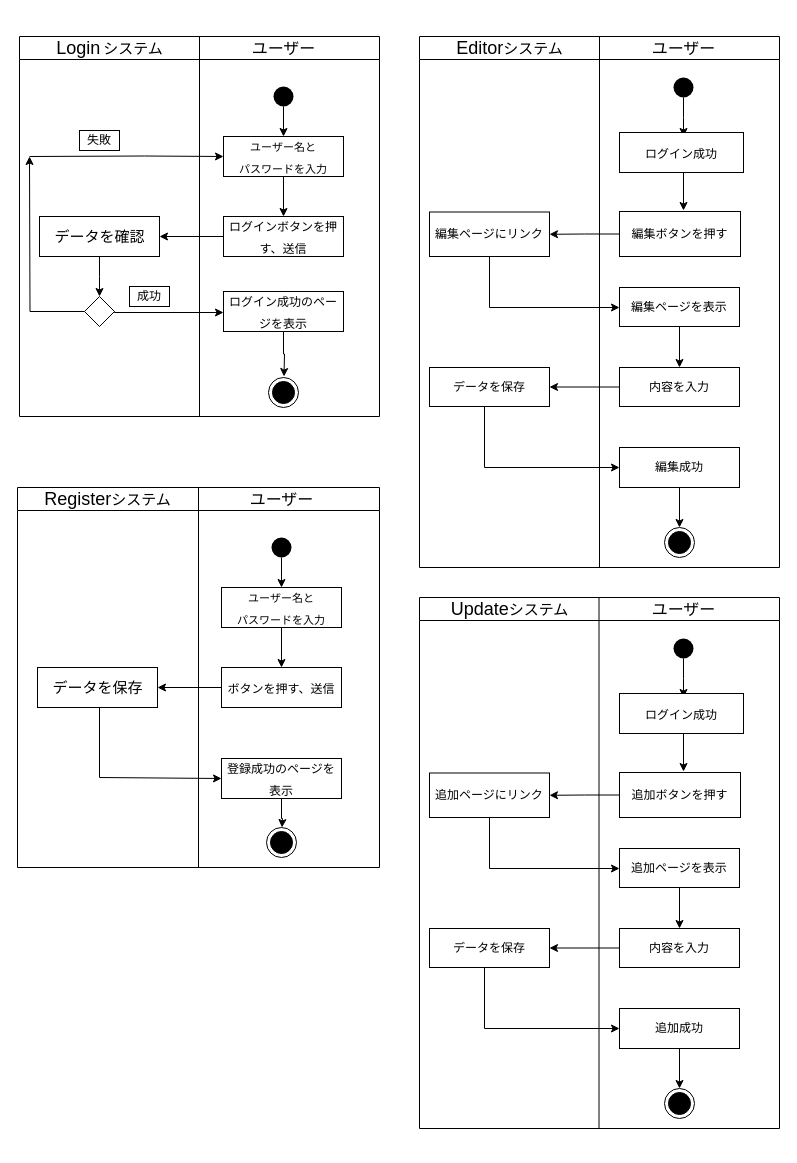
Above: activity.drawio in rijiuqiu/NoteBook (draw.io), before the change. Source tidied: cells renumbered, new cells numbered last; positions are measured from the earlier drawing's top-left corner, leaving out a move shared by most shapes. Both pictures are drawn from the tidied source at 100%, with x=0, y=0 at pixel (17, 31).
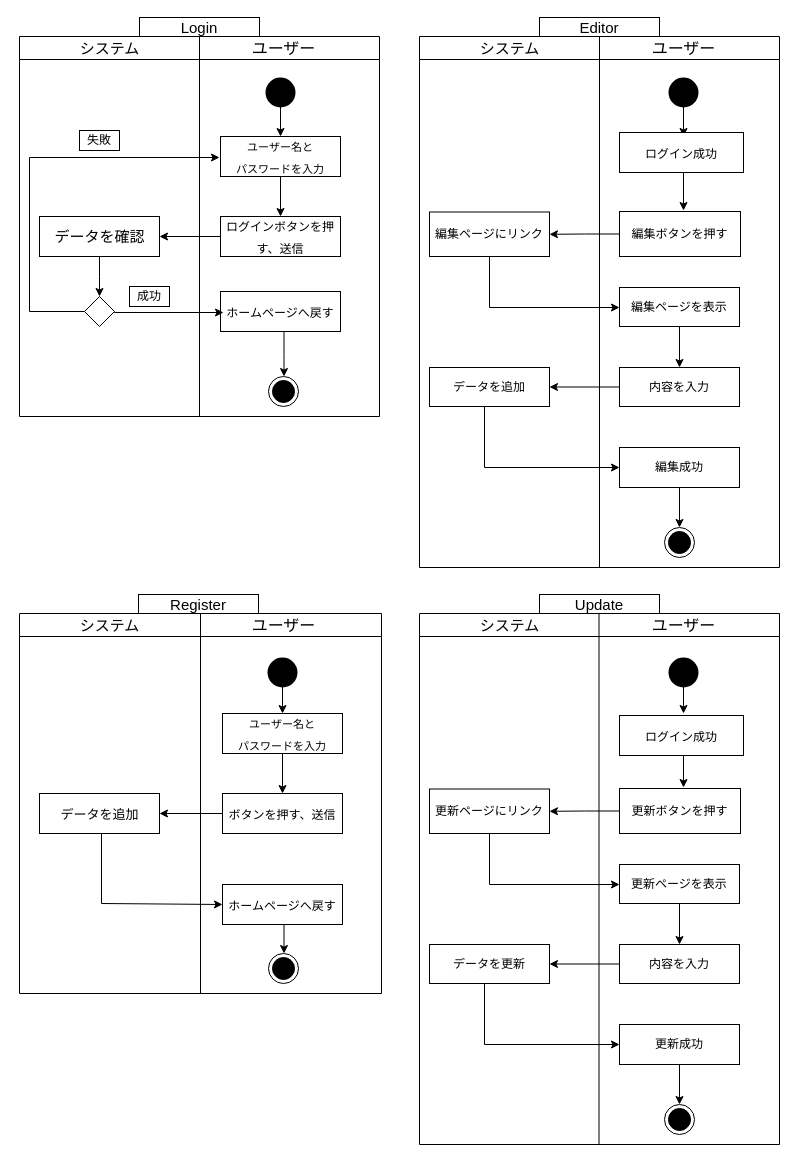
The same diagram, later.

The change refers to these unchanged cells:
```xml
<mxCell id="2" style="swimlane;fontFamily=Helvetica;fontSize=21;startSize=23;fontStyle=0;" parent="1" vertex="1">
  <mxGeometry x="2" y="5" width="360" height="380" as="geometry" />
</mxCell>
<mxCell id="17" style="rhombus;fontFamily=Helvetica;fontSize=17;" parent="2" vertex="1">
  <mxGeometry x="65" y="260" width="30" height="30" as="geometry" />
</mxCell>
<mxCell id="38" style="swimlane;fontFamily=Helvetica;fontSize=21;startSize=23;fontStyle=0;" parent="1" vertex="1">
  <mxGeometry x="402" y="5" width="360" height="531" as="geometry" />
</mxCell>
```

Change to the diagram source:
```diff
@@
-    <mxCell id="3" value="&lt;font style=&quot;font-size: 18px;&quot;&gt;Login&lt;/font&gt;&lt;font&gt;&lt;span style=&quot;font-size: 11px;&quot;&gt;&amp;nbsp;&lt;/span&gt;&lt;font style=&quot;font-size: 15px;&quot;&gt;システム&lt;/font&gt;&lt;/font&gt;" style="text;html=1;align=center;verticalAlign=middle;strokeColor=none;fillColor=none;fontSize=21;fontFamily=Helvetica;" parent="2" vertex="1">
-      <mxGeometry x="30" y="-5" width="120" height="30" as="geometry" />
+    <mxCell id="3" value="&lt;font&gt;&lt;font style=&quot;font-size: 15px;&quot;&gt;システム&lt;/font&gt;&lt;/font&gt;" style="text;html=1;align=center;verticalAlign=middle;strokeColor=none;fillColor=none;fontSize=21;fontFamily=Helvetica;" parent="2" vertex="1">
+      <mxGeometry x="50" y="-5" width="80" height="30" as="geometry" />
     </mxCell>
@@
     <mxCell id="5" value="&lt;font style=&quot;font-size: 11px;&quot;&gt;ユーザー名と&lt;br&gt;パスワードを入力&lt;/font&gt;" style="rounded=0;whiteSpace=wrap;html=1;fontFamily=Helvetica;fontSize=18;" parent="2" vertex="1">
-      <mxGeometry x="204" y="100" width="120" height="40" as="geometry" />
+      <mxGeometry x="201" y="100" width="120" height="40" as="geometry" />
     </mxCell>
-    <mxCell id="6" style="edgeStyle=orthogonalEdgeStyle;rounded=0;jettySize=auto;html=1;fontFamily=Helvetica;fontSize=18;entryX=0.5;entryY=0;entryDx=0;entryDy=0;" parent="2" edge="1" source="7" target="5">
-      <mxGeometry relative="1" as="geometry" />
+    <mxCell id="6" style="edgeStyle=orthogonalEdgeStyle;rounded=0;jettySize=auto;html=1;fontFamily=Helvetica;fontSize=18;entryX=0.5;entryY=0;entryDx=0;entryDy=0;" parent="2" edge="1" target="5">
+      <mxGeometry relative="1" as="geometry">
+        <mxPoint x="264" y="70" as="sourcePoint" />
+      </mxGeometry>
     </mxCell>
-    <mxCell id="7" style="ellipse;fillColor=#000000;strokeColor=none;fontFamily=Helvetica;fontSize=18;" parent="2" vertex="1">
-      <mxGeometry x="254" y="50" width="20" height="20" as="geometry" />
-    </mxCell>
@@
     <mxCell id="10" style="edgeStyle=orthogonalEdgeStyle;rounded=0;jettySize=auto;html=1;fontFamily=Helvetica;fontSize=12;" parent="2" edge="1" source="11">
       <mxGeometry relative="1" as="geometry">
         <mxPoint x="264.5" y="340" as="targetPoint" />
+        <Array as="points">
+          <mxPoint x="265" y="318" />
+        </Array>
       </mxGeometry>
     </mxCell>
-    <mxCell id="11" value="&lt;font style=&quot;font-size: 12px;&quot;&gt;ログイン成功のページを表示&lt;/font&gt;" style="whiteSpace=wrap;html=1;fontSize=18;" parent="2" vertex="1">
-      <mxGeometry x="204" y="255" width="120" height="40" as="geometry" />
+    <mxCell id="11" value="&lt;span style=&quot;font-size: 12px;&quot;&gt;ホームページへ戻す&lt;/span&gt;" style="whiteSpace=wrap;html=1;fontSize=18;" parent="2" vertex="1">
+      <mxGeometry x="201" y="255" width="120" height="40" as="geometry" />
     </mxCell>
@@
     <mxCell id="13" value="&lt;p&gt;&lt;font style=&quot;font-size: 12px;&quot;&gt;ログインボタンを押す、送信&lt;/font&gt;&lt;/p&gt;" style="whiteSpace=wrap;html=1;fontSize=18;" parent="2" vertex="1">
-      <mxGeometry x="204" y="180" width="120" height="40" as="geometry" />
+      <mxGeometry x="201" y="180" width="120" height="40" as="geometry" />
     </mxCell>
@@
     <mxCell id="16" style="edgeStyle=orthogonalEdgeStyle;rounded=0;jettySize=auto;html=1;fontFamily=Helvetica;fontSize=12;" parent="2" edge="1" source="17">
       <mxGeometry relative="1" as="geometry">
-        <mxPoint x="10" y="120" as="targetPoint" />
+        <mxPoint x="200" y="121" as="targetPoint" />
+        <Array as="points">
+          <mxPoint x="10" y="275" />
+          <mxPoint x="10" y="121" />
+        </Array>
       </mxGeometry>
     </mxCell>
@@
-    <mxCell id="19" style="endArrow=classic;html=1;rounded=0;fontFamily=Helvetica;fontSize=12;entryX=0;entryY=0.5;entryDx=0;entryDy=0;" parent="2" edge="1" target="5">
-      <mxGeometry relative="1" as="geometry">
-        <mxPoint x="10" y="120" as="sourcePoint" />
-        <Array as="points">
-          <mxPoint x="125" y="119.5" />
-        </Array>
-      </mxGeometry>
-    </mxCell>
@@
-    <mxCell id="21" style="ellipse;html=1;shape=endState;fillColor=#000000;strokeColor=#000000;fontFamily=Helvetica;fontSize=12;" parent="2" vertex="1">
-      <mxGeometry x="249" y="341" width="30" height="30" as="geometry" />
-    </mxCell>
+    <mxCell id="82" style="ellipse;fillColor=#000000;strokeColor=none;fontFamily=Helvetica;fontSize=15;" parent="2" vertex="1">
+      <mxGeometry x="246" y="41" width="30" height="30" as="geometry" />
+    </mxCell>
+    <mxCell id="83" style="ellipse;html=1;shape=endState;fillColor=#000000;strokeColor=#000000;fontFamily=Helvetica;fontSize=15;" parent="2" vertex="1">
+      <mxGeometry x="249" y="340" width="30" height="30" as="geometry" />
+    </mxCell>
@@
     <mxCell id="23" style="swimlane;fontFamily=Helvetica;fontSize=21;startSize=23;fontStyle=0;" parent="1" vertex="1">
-      <mxGeometry y="456" width="362" height="380" as="geometry" />
+      <mxGeometry x="2" y="582" width="362" height="380" as="geometry" />
     </mxCell>
-    <mxCell id="24" value="&lt;font&gt;&lt;font size=&quot;4&quot;&gt;Register&lt;/font&gt;&lt;font style=&quot;font-size: 15px;&quot;&gt;システム&lt;/font&gt;&lt;/font&gt;" style="text;html=1;align=center;verticalAlign=middle;strokeColor=none;fillColor=none;fontSize=21;fontFamily=Helvetica;" parent="23" vertex="1">
-      <mxGeometry x="20" y="-5" width="140" height="30" as="geometry" />
+    <mxCell id="24" value="&lt;font&gt;&lt;font style=&quot;font-size: 15px;&quot;&gt;システム&lt;/font&gt;&lt;/font&gt;" style="text;html=1;align=center;verticalAlign=middle;strokeColor=none;fillColor=none;fontSize=21;fontFamily=Helvetica;" parent="23" vertex="1">
+      <mxGeometry x="50" y="-5" width="80" height="30" as="geometry" />
     </mxCell>
@@
     <mxCell id="26" value="&lt;font style=&quot;font-size: 11px;&quot;&gt;ユーザー名と&lt;br&gt;パスワードを入力&lt;/font&gt;" style="rounded=0;whiteSpace=wrap;html=1;fontFamily=Helvetica;fontSize=18;" parent="23" vertex="1">
-      <mxGeometry x="204" y="100" width="120" height="40" as="geometry" />
+      <mxGeometry x="203" y="100" width="120" height="40" as="geometry" />
     </mxCell>
-    <mxCell id="27" style="edgeStyle=orthogonalEdgeStyle;rounded=0;jettySize=auto;html=1;fontFamily=Helvetica;fontSize=18;entryX=0.5;entryY=0;entryDx=0;entryDy=0;" parent="23" edge="1" source="28" target="26">
-      <mxGeometry relative="1" as="geometry" />
+    <mxCell id="27" style="edgeStyle=orthogonalEdgeStyle;rounded=0;jettySize=auto;html=1;fontFamily=Helvetica;fontSize=18;entryX=0.5;entryY=0;entryDx=0;entryDy=0;" parent="23" edge="1" target="26">
+      <mxGeometry relative="1" as="geometry">
+        <mxPoint x="264" y="70" as="sourcePoint" />
+      </mxGeometry>
     </mxCell>
-    <mxCell id="28" style="ellipse;fillColor=#000000;strokeColor=none;fontFamily=Helvetica;fontSize=18;" parent="23" vertex="1">
-      <mxGeometry x="254" y="50" width="20" height="20" as="geometry" />
-    </mxCell>
@@
-    <mxCell id="30" value="&lt;font style=&quot;font-size: 15px;&quot;&gt;データを保存&lt;/font&gt;" style="html=1;fontFamily=Helvetica;fontSize=18;" parent="23" vertex="1">
+    <mxCell id="30" value="&lt;font style=&quot;font-size: 13px;&quot;&gt;データを追加&lt;/font&gt;" style="html=1;fontFamily=Helvetica;fontSize=18;" parent="23" vertex="1">
       <mxGeometry x="20" y="180" width="120" height="40" as="geometry" />
     </mxCell>
-    <mxCell id="31" style="edgeStyle=orthogonalEdgeStyle;rounded=0;jettySize=auto;html=1;fontFamily=Helvetica;fontSize=12;" parent="23" edge="1" source="32">
+    <mxCell id="31" style="edgeStyle=orthogonalEdgeStyle;rounded=0;orthogonalLoop=1;jettySize=auto;html=1;fontFamily=Helvetica;fontSize=12;" parent="23" edge="1">
       <mxGeometry relative="1" as="geometry">
+        <mxPoint x="263" y="311" as="sourcePoint" />
         <mxPoint x="264.5" y="340" as="targetPoint" />
       </mxGeometry>
     </mxCell>
-    <mxCell id="32" value="&lt;font style=&quot;font-size: 12px;&quot;&gt;登録成功のページを表示&lt;/font&gt;" style="whiteSpace=wrap;html=1;fontSize=18;" parent="23" vertex="1">
-      <mxGeometry x="204" y="271" width="120" height="40" as="geometry" />
+    <mxCell id="32" value="&lt;span style=&quot;font-size: 12px;&quot;&gt;ホームページへ戻す&lt;/span&gt;" style="whiteSpace=wrap;html=1;fontSize=18;" parent="23" vertex="1">
+      <mxGeometry x="203" y="271" width="120" height="40" as="geometry" />
     </mxCell>
@@
     <mxCell id="34" value="&lt;p&gt;&lt;font style=&quot;font-size: 12px;&quot;&gt;ボタンを押す、送信&lt;/font&gt;&lt;/p&gt;" style="whiteSpace=wrap;html=1;fontSize=18;" parent="23" vertex="1">
-      <mxGeometry x="204" y="180" width="120" height="40" as="geometry" />
+      <mxGeometry x="203" y="180" width="120" height="40" as="geometry" />
     </mxCell>
@@
+    <mxCell id="84" style="ellipse;fillColor=#000000;strokeColor=none;fontFamily=Helvetica;fontSize=15;" parent="23" vertex="1">
+      <mxGeometry x="248" y="44" width="30" height="30" as="geometry" />
+    </mxCell>
@@
-    <mxCell id="39" value="&lt;font&gt;&lt;font size=&quot;4&quot;&gt;Editor&lt;/font&gt;&lt;font style=&quot;font-size: 15px;&quot;&gt;システム&lt;/font&gt;&lt;/font&gt;" style="text;html=1;align=center;verticalAlign=middle;strokeColor=none;fillColor=none;fontSize=21;fontFamily=Helvetica;" parent="38" vertex="1">
-      <mxGeometry x="30" y="-5" width="120" height="30" as="geometry" />
+    <mxCell id="39" value="&lt;font&gt;&lt;font style=&quot;font-size: 15px;&quot;&gt;システム&lt;/font&gt;&lt;/font&gt;" style="text;html=1;align=center;verticalAlign=middle;strokeColor=none;fillColor=none;fontSize=21;fontFamily=Helvetica;" parent="38" vertex="1">
+      <mxGeometry x="50" y="-5" width="80" height="30" as="geometry" />
     </mxCell>
-    <mxCell id="40" style="edgeStyle=orthogonalEdgeStyle;rounded=0;jettySize=auto;html=1;fontFamily=Helvetica;fontSize=18;entryX=0.5;entryY=0;entryDx=0;entryDy=0;" parent="38" edge="1" source="41">
+    <mxCell id="40" style="edgeStyle=orthogonalEdgeStyle;rounded=0;orthogonalLoop=1;jettySize=auto;html=1;fontFamily=Helvetica;fontSize=18;entryX=0.5;entryY=0;entryDx=0;entryDy=0;" parent="38" edge="1">
       <mxGeometry relative="1" as="geometry">
+        <mxPoint x="264" y="61" as="sourcePoint" />
         <mxPoint x="264" y="100" as="targetPoint" />
       </mxGeometry>
     </mxCell>
-    <mxCell id="41" style="ellipse;fillColor=#000000;strokeColor=none;fontFamily=Helvetica;fontSize=18;" parent="38" vertex="1">
-      <mxGeometry x="254" y="41" width="20" height="20" as="geometry" />
-    </mxCell>
@@
-    <mxCell id="54" value="データを保存" style="whiteSpace=wrap;html=1;" parent="38" vertex="1">
+    <mxCell id="54" value="データを追加" style="whiteSpace=wrap;html=1;" parent="38" vertex="1">
       <mxGeometry x="10" y="331" width="120" height="39" as="geometry" />
     </mxCell>
@@
+    <mxCell id="85" style="ellipse;fillColor=#000000;strokeColor=none;fontFamily=Helvetica;fontSize=15;" parent="38" vertex="1">
+      <mxGeometry x="249" y="41" width="30" height="30" as="geometry" />
+    </mxCell>
@@
     <mxCell id="60" style="swimlane;fontFamily=Helvetica;fontSize=21;startSize=23;fontStyle=0;" parent="1" vertex="1">
-      <mxGeometry x="402" y="566" width="360" height="531" as="geometry" />
+      <mxGeometry x="402" y="582" width="360" height="531" as="geometry" />
     </mxCell>
-    <mxCell id="61" value="&lt;font&gt;&lt;font size=&quot;4&quot;&gt;Update&lt;/font&gt;&lt;font style=&quot;font-size: 15px;&quot;&gt;システム&lt;/font&gt;&lt;/font&gt;" style="text;html=1;align=center;verticalAlign=middle;strokeColor=none;fillColor=none;fontSize=21;fontFamily=Helvetica;" parent="60" vertex="1">
-      <mxGeometry x="25" y="-5" width="130" height="30" as="geometry" />
+    <mxCell id="61" value="&lt;font&gt;&lt;font style=&quot;font-size: 15px;&quot;&gt;システム&lt;/font&gt;&lt;/font&gt;" style="text;html=1;align=center;verticalAlign=middle;strokeColor=none;fillColor=none;fontSize=21;fontFamily=Helvetica;" parent="60" vertex="1">
+      <mxGeometry x="50" y="-5" width="80" height="30" as="geometry" />
     </mxCell>
-    <mxCell id="62" style="edgeStyle=orthogonalEdgeStyle;rounded=0;jettySize=auto;html=1;fontFamily=Helvetica;fontSize=18;entryX=0.5;entryY=0;entryDx=0;entryDy=0;" parent="60" edge="1" source="63">
+    <mxCell id="62" style="edgeStyle=orthogonalEdgeStyle;rounded=0;orthogonalLoop=1;jettySize=auto;html=1;fontFamily=Helvetica;fontSize=18;entryX=0.5;entryY=0;entryDx=0;entryDy=0;" parent="60" edge="1">
       <mxGeometry relative="1" as="geometry">
+        <mxPoint x="264" y="61" as="sourcePoint" />
         <mxPoint x="264" y="100" as="targetPoint" />
       </mxGeometry>
     </mxCell>
-    <mxCell id="63" style="ellipse;fillColor=#000000;strokeColor=none;fontFamily=Helvetica;fontSize=18;" parent="60" vertex="1">
-      <mxGeometry x="254" y="41" width="20" height="20" as="geometry" />
-    </mxCell>
@@
     <mxCell id="65" value="&lt;font style=&quot;font-size: 12px;&quot;&gt;ログイン成功&lt;/font&gt;" style="whiteSpace=wrap;html=1;fontSize=18;" parent="60" vertex="1">
-      <mxGeometry x="200" y="96" width="124" height="40" as="geometry" />
+      <mxGeometry x="200" y="102" width="124" height="40" as="geometry" />
     </mxCell>
@@
-    <mxCell id="68" value="追加ボタンを押す" style="whiteSpace=wrap;html=1;fontSize=12;align=center;" parent="60" vertex="1">
+    <mxCell id="68" value="更新ボタンを押す" style="whiteSpace=wrap;html=1;fontSize=12;align=center;" parent="60" vertex="1">
       <mxGeometry x="200" y="175" width="121" height="45" as="geometry" />
     </mxCell>
@@
-    <mxCell id="70" value="追加ページにリンク" style="whiteSpace=wrap;html=1;" parent="60" vertex="1">
+    <mxCell id="70" value="更新ページにリンク" style="whiteSpace=wrap;html=1;" parent="60" vertex="1">
       <mxGeometry x="10" y="175.5" width="120" height="44.5" as="geometry" />
     </mxCell>
@@
-    <mxCell id="72" value="追加ページを表示" style="whiteSpace=wrap;html=1;" parent="60" vertex="1">
+    <mxCell id="72" value="更新ページを表示" style="whiteSpace=wrap;html=1;" parent="60" vertex="1">
       <mxGeometry x="200" y="251" width="120" height="39" as="geometry" />
     </mxCell>
@@
-    <mxCell id="76" value="データを保存" style="whiteSpace=wrap;html=1;" parent="60" vertex="1">
+    <mxCell id="76" value="データを更新" style="whiteSpace=wrap;html=1;" parent="60" vertex="1">
       <mxGeometry x="10" y="331" width="120" height="39" as="geometry" />
     </mxCell>
@@
-    <mxCell id="78" value="追加成功" style="whiteSpace=wrap;html=1;" parent="60" vertex="1">
+    <mxCell id="78" value="更新成功" style="whiteSpace=wrap;html=1;" parent="60" vertex="1">
       <mxGeometry x="200" y="411" width="120" height="40" as="geometry" />
     </mxCell>
@@
+    <mxCell id="86" style="ellipse;fillColor=#000000;strokeColor=none;fontFamily=Helvetica;fontSize=15;" parent="60" vertex="1">
+      <mxGeometry x="249" y="44" width="30" height="30" as="geometry" />
+    </mxCell>
+    <mxCell id="87" value="&lt;font style=&quot;font-size: 15px;&quot;&gt;Login&lt;/font&gt;" style="rounded=0;whiteSpace=wrap;html=1;fontFamily=Helvetica;fontSize=12;" parent="1" vertex="1">
+      <mxGeometry x="122" y="-14" width="120" height="19" as="geometry" />
+    </mxCell>
+    <mxCell id="88" value="&lt;span style=&quot;font-size: 15px;&quot;&gt;Editor&lt;/span&gt;" style="rounded=0;whiteSpace=wrap;html=1;fontFamily=Helvetica;fontSize=12;" parent="1" vertex="1">
+      <mxGeometry x="522" y="-14" width="120" height="19" as="geometry" />
+    </mxCell>
+    <mxCell id="89" value="&lt;span style=&quot;font-size: 15px;&quot;&gt;Register&lt;/span&gt;" style="rounded=0;whiteSpace=wrap;html=1;fontFamily=Helvetica;fontSize=12;" parent="1" vertex="1">
+      <mxGeometry x="121" y="563" width="120" height="19" as="geometry" />
+    </mxCell>
+    <mxCell id="90" value="&lt;span style=&quot;font-size: 15px;&quot;&gt;Update&lt;/span&gt;" style="rounded=0;whiteSpace=wrap;html=1;fontFamily=Helvetica;fontSize=12;" parent="1" vertex="1">
+      <mxGeometry x="522" y="563" width="120" height="19" as="geometry" />
+    </mxCell>
```
